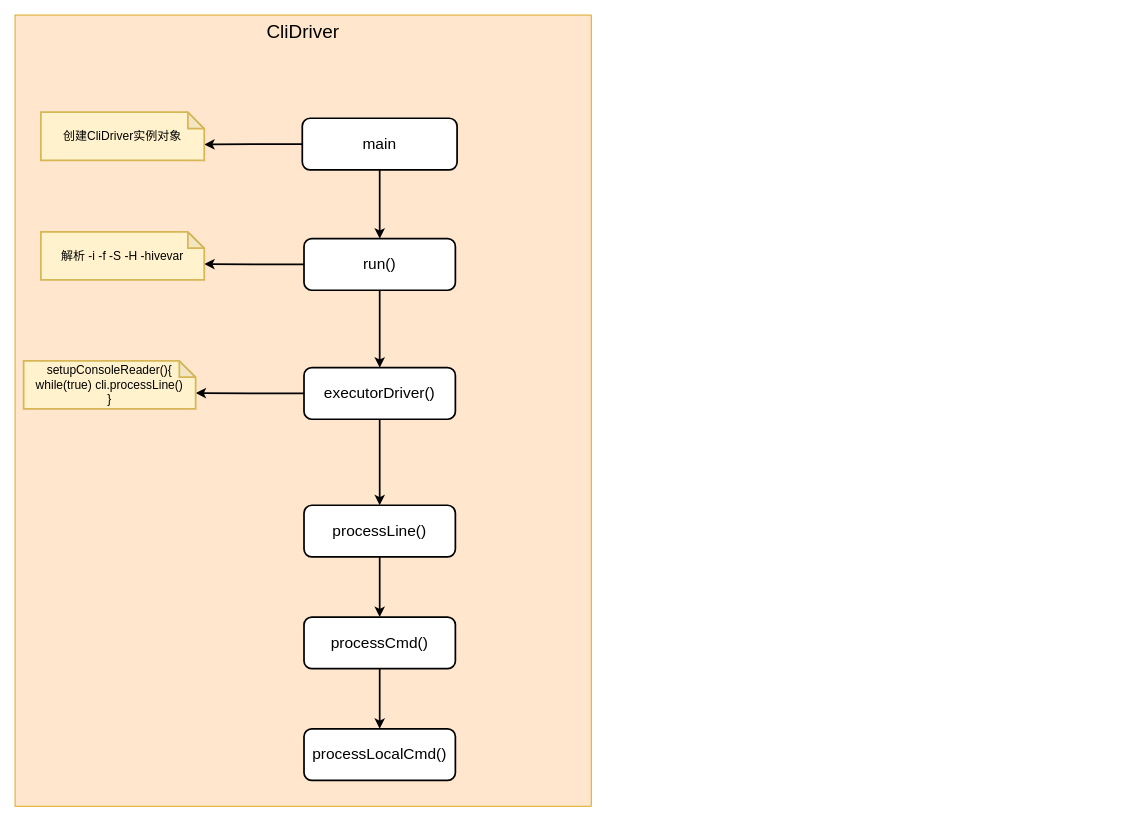
The draw.io diagram Hive.drawio in starzy1990/diagrams, before the edit. Source tidied: cells renumbered, new cells numbered last; positions are measured from the earlier drawing's top-left corner, leaving out a move shared by most shapes. Both pictures are drawn from the tidied source at 86%, with x=0, y=0 at pixel (15, 15).
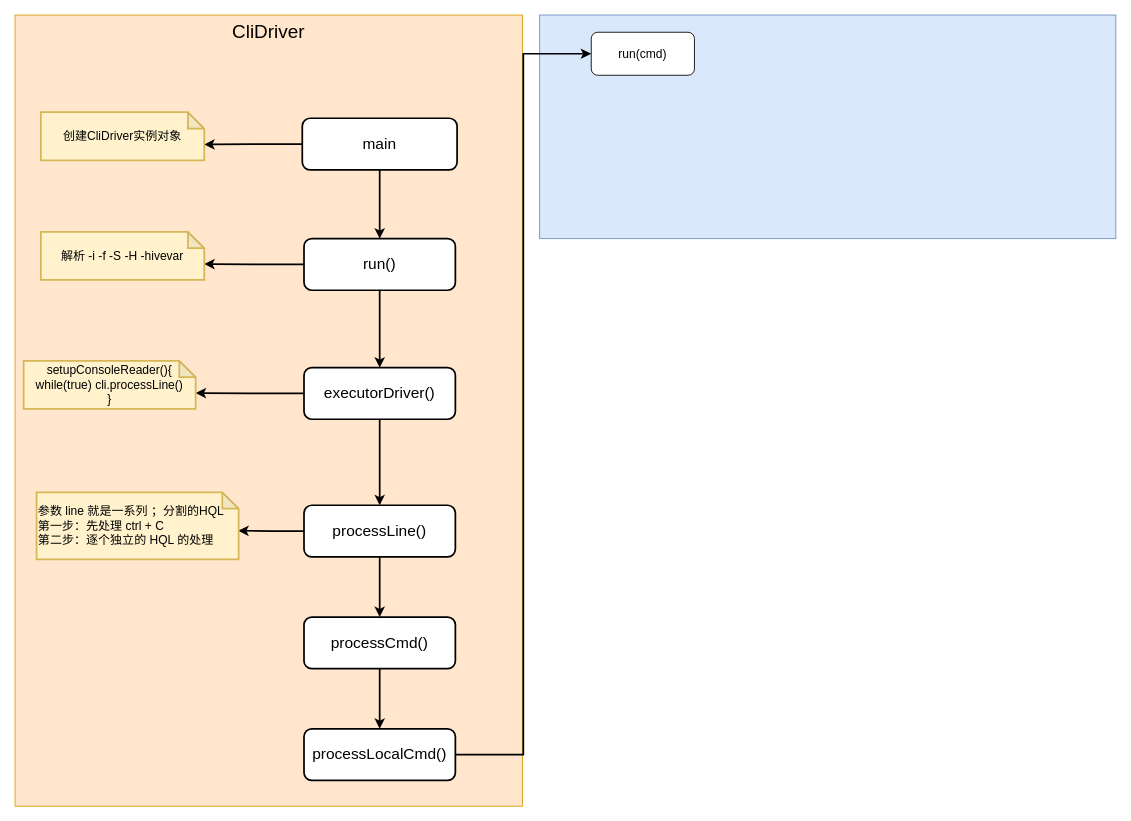
Above is the later version.

The change refers to these unchanged cells:
```xml
<mxCell id="13" value="processLine()" style="rounded=1;whiteSpace=wrap;html=1;fontSize=18;strokeWidth=2;" parent="1" vertex="1">
  <mxGeometry x="336" y="570" width="176" height="60" as="geometry" />
</mxCell>
<mxCell id="16" value="processLocalCmd()" style="rounded=1;whiteSpace=wrap;html=1;fontSize=18;strokeWidth=2;" parent="1" vertex="1">
  <mxGeometry x="336" y="830" width="176" height="60" as="geometry" />
</mxCell>
```

Diff of the diagram source:
```diff
@@
     <mxCell id="2" value="CliDriver" style="rounded=0;whiteSpace=wrap;html=1;fillColor=#ffe6cc;strokeColor=#d79b00;fontSize=22;verticalAlign=top;" parent="1" vertex="1">
-      <mxGeometry width="670" height="920" as="geometry" />
+      <mxGeometry width="590" height="920" as="geometry" />
     </mxCell>
+    <mxCell id="20" style="rounded=0;whiteSpace=wrap;html=1;fontSize=14;strokeWidth=1;fillColor=#dae8fc;strokeColor=#6c8ebf;" parent="1" vertex="1">
+      <mxGeometry x="610" width="670" height="260" as="geometry" />
+    </mxCell>
@@
+    <mxCell id="21" style="edgeStyle=orthogonalEdgeStyle;rounded=0;jettySize=auto;html=1;entryX=0.998;entryY=0.571;entryDx=0;entryDy=0;entryPerimeter=0;fontSize=14;strokeWidth=2;" parent="1" edge="1" source="13" target="23">
+      <mxGeometry relative="1" as="geometry" />
+    </mxCell>
@@
+    <mxCell id="22" style="edgeStyle=orthogonalEdgeStyle;rounded=0;jettySize=auto;html=1;entryX=0;entryY=0.5;entryDx=0;entryDy=0;fontSize=14;strokeWidth=2;" parent="1" edge="1" source="16" target="24">
+      <mxGeometry relative="1" as="geometry" />
+    </mxCell>
@@
+    <mxCell id="23" value="参数 line 就是一系列 ；分割的HQL&lt;br&gt;第一步：先处理 ctrl + C&lt;br&gt;第二步：逐个独立的 HQL 的处理" style="shape=note;whiteSpace=wrap;html=1;backgroundOutline=1;darkOpacity=0.05;fontSize=14;strokeWidth=2;fillColor=#fff2cc;strokeColor=#d6b656;size=19;align=left;" parent="1" vertex="1">
+      <mxGeometry x="25" y="555" width="235" height="78" as="geometry" />
+    </mxCell>
+    <mxCell id="24" value="run(cmd)" style="rounded=1;whiteSpace=wrap;html=1;fontSize=14;strokeWidth=1;" parent="1" vertex="1">
+      <mxGeometry x="670" y="20" width="120" height="50" as="geometry" />
+    </mxCell>
```
